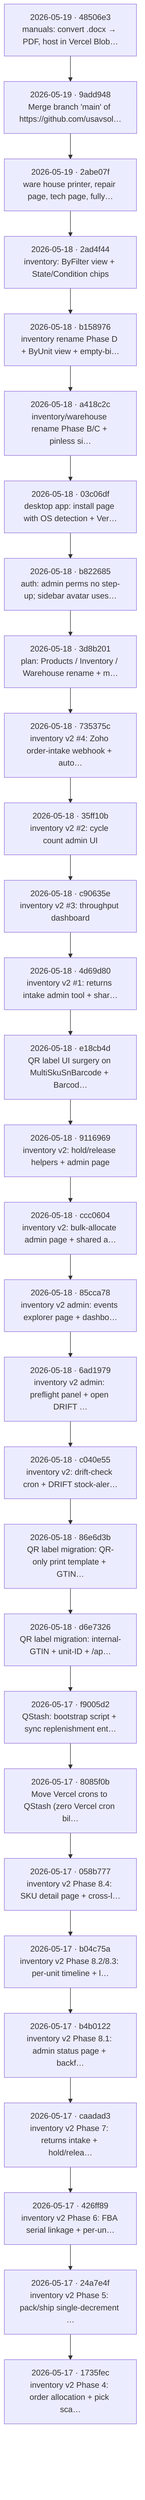
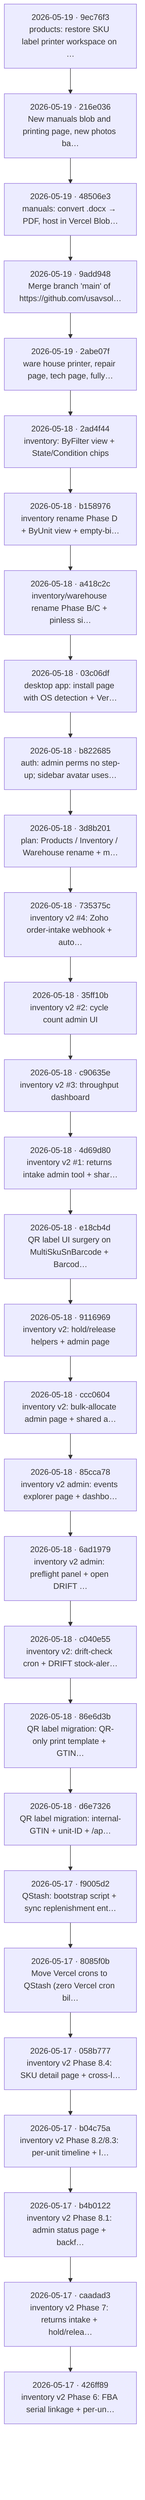
flowchart TB
-   c0["2026-05-19 · 48506e3<br/>manuals: convert .docx → PDF, host in Vercel Blob…"]
-   c1["2026-05-19 · 9add948<br/>Merge branch 'main' of https://github.com/usavsol…"]
+   c0["2026-05-19 · 9ec76f3<br/>products: restore SKU label printer workspace on …"]
+   c1["2026-05-19 · 216e036<br/>New manuals blob and printing page, new photos ba…"]
  c0 --> c1
-   c2["2026-05-19 · 2abe07f<br/>ware house printer, repair page, tech page, fully…"]
+   c2["2026-05-19 · 48506e3<br/>manuals: convert .docx → PDF, host in Vercel Blob…"]
  c1 --> c2
-   c3["2026-05-18 · 2ad4f44<br/>inventory: ByFilter view + State/Condition chips"]
+   c3["2026-05-19 · 9add948<br/>Merge branch 'main' of https://github.com/usavsol…"]
  c2 --> c3
-   c4["2026-05-18 · b158976<br/>inventory rename Phase D + ByUnit view + empty-bi…"]
+   c4["2026-05-19 · 2abe07f<br/>ware house printer, repair page, tech page, fully…"]
  c3 --> c4
-   c5["2026-05-18 · a418c2c<br/>inventory/warehouse rename Phase B/C + pinless si…"]
+   c5["2026-05-18 · 2ad4f44<br/>inventory: ByFilter view + State/Condition chips"]
  c4 --> c5
-   c6["2026-05-18 · 03c06df<br/>desktop app: install page with OS detection + Ver…"]
+   c6["2026-05-18 · b158976<br/>inventory rename Phase D + ByUnit view + empty-bi…"]
  c5 --> c6
-   c7["2026-05-18 · b822685<br/>auth: admin perms no step-up; sidebar avatar uses…"]
+   c7["2026-05-18 · a418c2c<br/>inventory/warehouse rename Phase B/C + pinless si…"]
  c6 --> c7
-   c8["2026-05-18 · 3d8b201<br/>plan: Products / Inventory / Warehouse rename + m…"]
+   c8["2026-05-18 · 03c06df<br/>desktop app: install page with OS detection + Ver…"]
  c7 --> c8
-   c9["2026-05-18 · 735375c<br/>inventory v2 #4: Zoho order-intake webhook + auto…"]
+   c9["2026-05-18 · b822685<br/>auth: admin perms no step-up; sidebar avatar uses…"]
  c8 --> c9
-   c10["2026-05-18 · 35ff10b<br/>inventory v2 #2: cycle count admin UI"]
+   c10["2026-05-18 · 3d8b201<br/>plan: Products / Inventory / Warehouse rename + m…"]
  c9 --> c10
-   c11["2026-05-18 · c90635e<br/>inventory v2 #3: throughput dashboard"]
+   c11["2026-05-18 · 735375c<br/>inventory v2 #4: Zoho order-intake webhook + auto…"]
  c10 --> c11
-   c12["2026-05-18 · 4d69d80<br/>inventory v2 #1: returns intake admin tool + shar…"]
+   c12["2026-05-18 · 35ff10b<br/>inventory v2 #2: cycle count admin UI"]
  c11 --> c12
-   c13["2026-05-18 · e18cb4d<br/>QR label UI surgery on MultiSkuSnBarcode + Barcod…"]
+   c13["2026-05-18 · c90635e<br/>inventory v2 #3: throughput dashboard"]
  c12 --> c13
-   c14["2026-05-18 · 9116969<br/>inventory v2: hold/release helpers + admin page"]
+   c14["2026-05-18 · 4d69d80<br/>inventory v2 #1: returns intake admin tool + shar…"]
  c13 --> c14
-   c15["2026-05-18 · ccc0604<br/>inventory v2: bulk-allocate admin page + shared a…"]
+   c15["2026-05-18 · e18cb4d<br/>QR label UI surgery on MultiSkuSnBarcode + Barcod…"]
  c14 --> c15
-   c16["2026-05-18 · 85cca78<br/>inventory v2 admin: events explorer page + dashbo…"]
+   c16["2026-05-18 · 9116969<br/>inventory v2: hold/release helpers + admin page"]
  c15 --> c16
-   c17["2026-05-18 · 6ad1979<br/>inventory v2 admin: preflight panel + open DRIFT …"]
+   c17["2026-05-18 · ccc0604<br/>inventory v2: bulk-allocate admin page + shared a…"]
  c16 --> c17
-   c18["2026-05-18 · c040e55<br/>inventory v2: drift-check cron + DRIFT stock-aler…"]
+   c18["2026-05-18 · 85cca78<br/>inventory v2 admin: events explorer page + dashbo…"]
  c17 --> c18
-   c19["2026-05-18 · 86e6d3b<br/>QR label migration: QR-only print template + GTIN…"]
+   c19["2026-05-18 · 6ad1979<br/>inventory v2 admin: preflight panel + open DRIFT …"]
  c18 --> c19
-   c20["2026-05-18 · d6e7326<br/>QR label migration: internal-GTIN + unit-ID + /ap…"]
+   c20["2026-05-18 · c040e55<br/>inventory v2: drift-check cron + DRIFT stock-aler…"]
  c19 --> c20
-   c21["2026-05-17 · f9005d2<br/>QStash: bootstrap script + sync replenishment ent…"]
+   c21["2026-05-18 · 86e6d3b<br/>QR label migration: QR-only print template + GTIN…"]
  c20 --> c21
-   c22["2026-05-17 · 8085f0b<br/>Move Vercel crons to QStash (zero Vercel cron bil…"]
+   c22["2026-05-18 · d6e7326<br/>QR label migration: internal-GTIN + unit-ID + /ap…"]
  c21 --> c22
-   c23["2026-05-17 · 058b777<br/>inventory v2 Phase 8.4: SKU detail page + cross-l…"]
+   c23["2026-05-17 · f9005d2<br/>QStash: bootstrap script + sync replenishment ent…"]
  c22 --> c23
-   c24["2026-05-17 · b04c75a<br/>inventory v2 Phase 8.2/8.3: per-unit timeline + l…"]
+   c24["2026-05-17 · 8085f0b<br/>Move Vercel crons to QStash (zero Vercel cron bil…"]
  c23 --> c24
-   c25["2026-05-17 · b4b0122<br/>inventory v2 Phase 8.1: admin status page + backf…"]
+   c25["2026-05-17 · 058b777<br/>inventory v2 Phase 8.4: SKU detail page + cross-l…"]
  c24 --> c25
-   c26["2026-05-17 · caadad3<br/>inventory v2 Phase 7: returns intake + hold/relea…"]
+   c26["2026-05-17 · b04c75a<br/>inventory v2 Phase 8.2/8.3: per-unit timeline + l…"]
  c25 --> c26
-   c27["2026-05-17 · 426ff89<br/>inventory v2 Phase 6: FBA serial linkage + per-un…"]
+   c27["2026-05-17 · b4b0122<br/>inventory v2 Phase 8.1: admin status page + backf…"]
  c26 --> c27
-   c28["2026-05-17 · 24a7e4f<br/>inventory v2 Phase 5: pack/ship single-decrement …"]
+   c28["2026-05-17 · caadad3<br/>inventory v2 Phase 7: returns intake + hold/relea…"]
  c27 --> c28
-   c29["2026-05-17 · 1735fec<br/>inventory v2 Phase 4: order allocation + pick sca…"]
+   c29["2026-05-17 · 426ff89<br/>inventory v2 Phase 6: FBA serial linkage + per-un…"]
  c28 --> c29